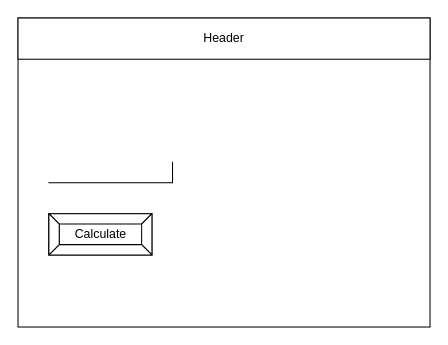
ashley-monaghan/ICS2Or-Unit-5-05 keeps this draw.io diagram as page "Page-1" (1 of 4) of design/story-board.drawio. Above is the earlier version. Source tidied: cells renumbered, new cells numbered last; positions are measured from the earlier drawing's top-left corner, leaving out a move shared by most shapes. Both pictures are drawn from the tidied source at 103%, with x=0, y=0 at pixel (18, 18).
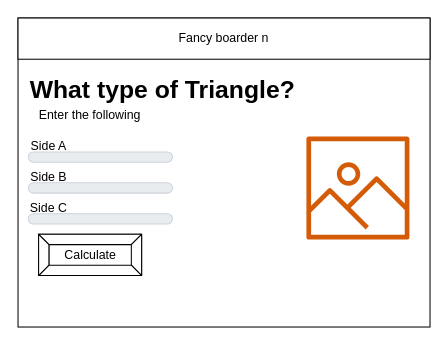
The same diagram, later.

What changed in the source:
```diff
@@
 <mxGraphModel>
   <root>
     <mxCell id="0" />
     <mxCell id="1" parent="0" />
     <mxCell id="2" style="rounded=0;whiteSpace=wrap;html=1;" parent="1" vertex="1">
       <mxGeometry width="400" height="300" as="geometry" />
     </mxCell>
-    <mxCell id="3" value="Header" style="rounded=0;whiteSpace=wrap;html=1;" parent="1" vertex="1">
+    <mxCell id="3" value="Fancy boarder n" style="rounded=0;whiteSpace=wrap;html=1;" parent="1" vertex="1">
       <mxGeometry width="400" height="40" as="geometry" />
     </mxCell>
-    <mxCell id="4" style="shape=partialRectangle;whiteSpace=wrap;html=1;top=0;left=0;fillColor=none;" parent="1" vertex="1">
-      <mxGeometry x="30" y="140" width="120" height="20" as="geometry" />
-    </mxCell>
     <mxCell id="5" value="Calculate" style="labelPosition=center;verticalLabelPosition=middle;align=center;html=1;shape=mxgraph.basic.button;dx=10;" parent="1" vertex="1">
-      <mxGeometry x="30" y="190" width="100" height="40" as="geometry" />
+      <mxGeometry x="20" y="210" width="100" height="40" as="geometry" />
     </mxCell>
+    <mxCell id="6" value="Enter the following" style="text;html=1;strokeColor=none;fillColor=none;align=center;verticalAlign=middle;whiteSpace=wrap;rounded=0;" parent="1" vertex="1">
+      <mxGeometry x="10" y="80" width="120" height="30" as="geometry" />
+    </mxCell>
+    <mxCell id="7" value="What type of Triangle?" style="text;strokeColor=none;fillColor=none;html=1;fontSize=24;fontStyle=1;verticalAlign=middle;align=center;" parent="1" vertex="1">
+      <mxGeometry x="90" y="50" width="100" height="40" as="geometry" />
+    </mxCell>
+    <mxCell id="8" style="html=1;shadow=0;dashed=0;shape=mxgraph.bootstrap.rrect;rSize=5;strokeColor=#CED4DA;strokeWidth=1;fillColor=#E9ECEF;fontColor=#505050;whiteSpace=wrap;align=left;verticalAlign=middle;spacingLeft=10;fontSize=14;" parent="1" vertex="1">
+      <mxGeometry x="10" y="130" width="140" height="10" as="geometry" />
+    </mxCell>
+    <mxCell id="9" style="html=1;shadow=0;dashed=0;shape=mxgraph.bootstrap.rrect;rSize=5;strokeColor=#CED4DA;strokeWidth=1;fillColor=#E9ECEF;fontColor=#505050;whiteSpace=wrap;align=left;verticalAlign=middle;spacingLeft=10;fontSize=14;" parent="1" vertex="1">
+      <mxGeometry x="10" y="160" width="140" height="10" as="geometry" />
+    </mxCell>
+    <mxCell id="10" style="html=1;shadow=0;dashed=0;shape=mxgraph.bootstrap.rrect;rSize=5;strokeColor=#CED4DA;strokeWidth=1;fillColor=#E9ECEF;fontColor=#505050;whiteSpace=wrap;align=left;verticalAlign=middle;spacingLeft=10;fontSize=14;" parent="1" vertex="1">
+      <mxGeometry x="10" y="190" width="140" height="10" as="geometry" />
+    </mxCell>
+    <mxCell id="11" value="Side A" style="text;html=1;strokeColor=none;fillColor=none;align=center;verticalAlign=middle;whiteSpace=wrap;rounded=0;" parent="1" vertex="1">
+      <mxGeometry y="110" width="60" height="30" as="geometry" />
+    </mxCell>
+    <mxCell id="12" value="Side C" style="text;html=1;strokeColor=none;fillColor=none;align=center;verticalAlign=middle;whiteSpace=wrap;rounded=0;" parent="1" vertex="1">
+      <mxGeometry y="170" width="60" height="30" as="geometry" />
+    </mxCell>
+    <mxCell id="13" value="Side B" style="text;html=1;strokeColor=none;fillColor=none;align=center;verticalAlign=middle;whiteSpace=wrap;rounded=0;" parent="1" vertex="1">
+      <mxGeometry y="140" width="60" height="30" as="geometry" />
+    </mxCell>
+    <mxCell id="14" style="sketch=0;fontColor=#232F3E;gradientColor=none;fillColor=#D45B07;strokeColor=none;dashed=0;verticalLabelPosition=bottom;verticalAlign=top;align=center;html=1;fontSize=12;fontStyle=0;shape=mxgraph.aws4.container_registry_image;" parent="1" vertex="1">
+      <mxGeometry x="280" y="115" width="100" height="100" as="geometry" />
+    </mxCell>
   </root>
 </mxGraphModel>
```
